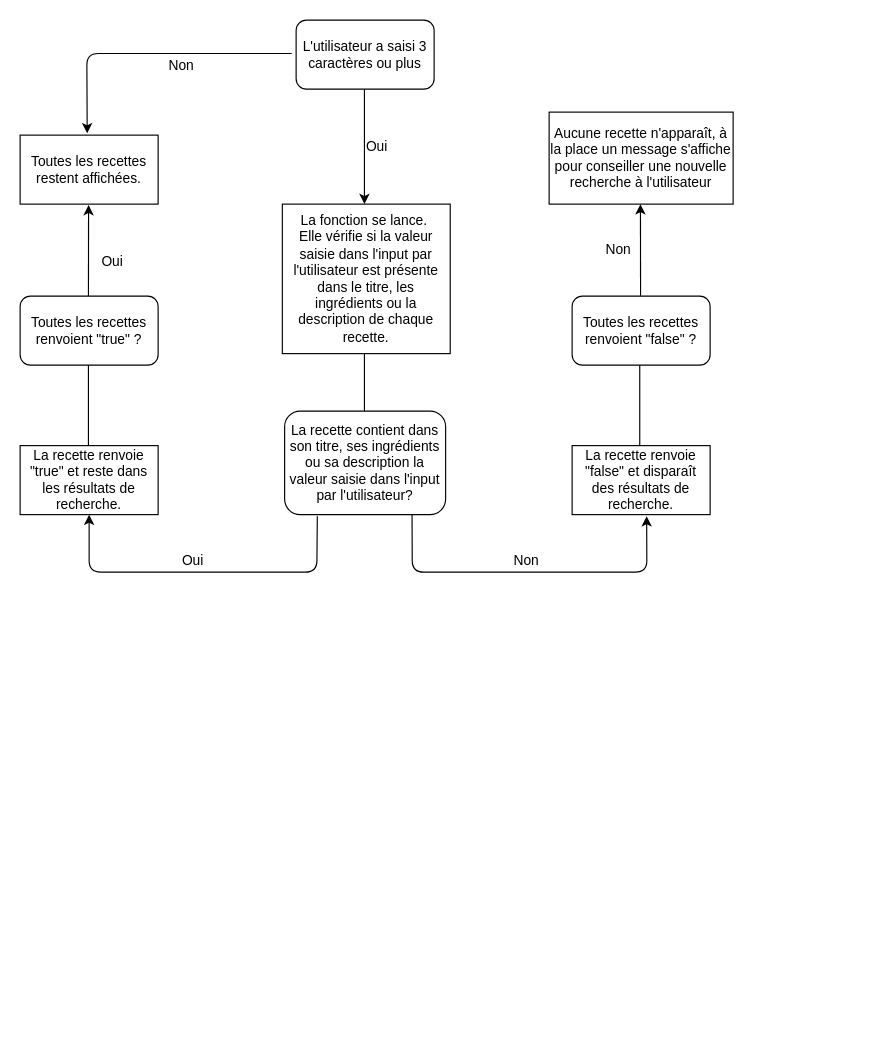
The draw.io diagram Algorithme2.drawio in Ngc1987/Les-petits-plats, before the edit. Source tidied: cells renumbered, new cells numbered last; positions are measured from the earlier drawing's top-left corner, leaving out a move shared by most shapes. Both pictures are drawn from the tidied source at 115%, with x=0, y=0 at pixel (20, 20).
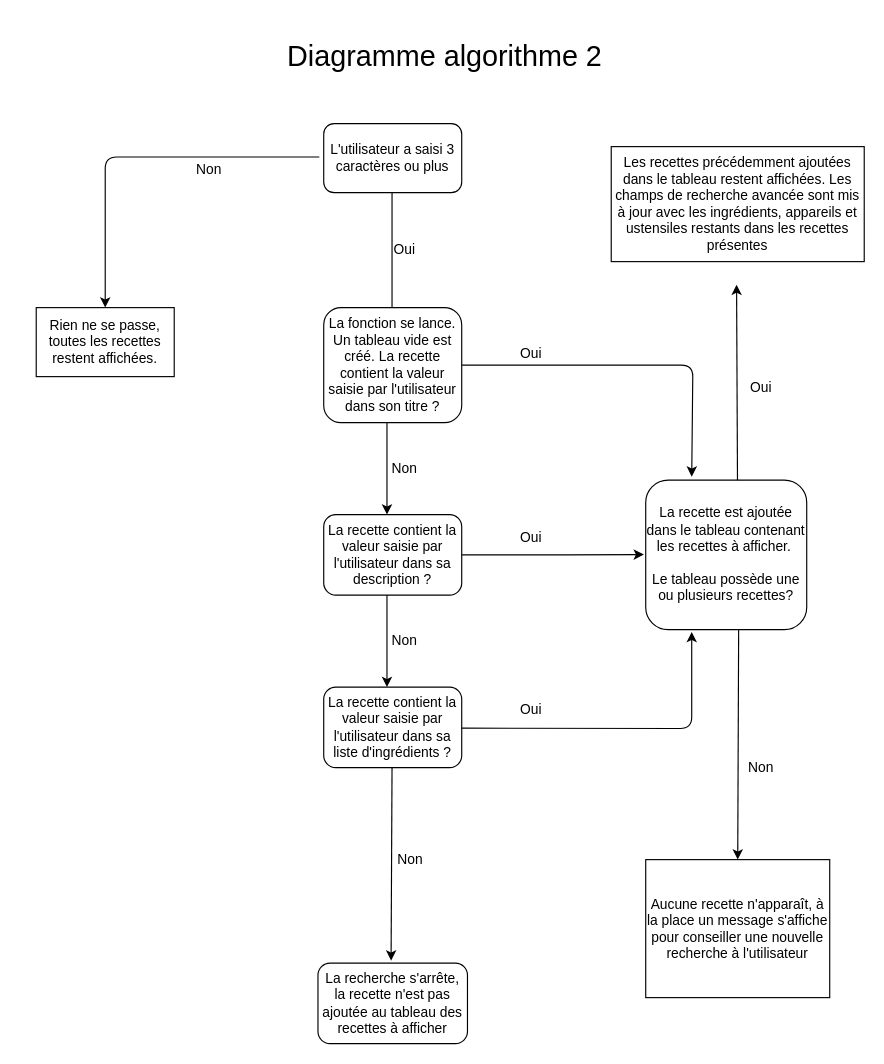
Above is the later version.

Commit message:
Update diagram of algo 2

Diff of the diagram source:
```diff
@@
     <mxCell id="2" value="L'utilisateur a saisi 3 caractères ou plus" style="rounded=1;whiteSpace=wrap;html=1;" parent="1" vertex="1">
-      <mxGeometry x="240" width="120" height="60" as="geometry" />
+      <mxGeometry x="264" y="90" width="120" height="60" as="geometry" />
     </mxCell>
     <mxCell id="3" value="Aucune recette n'apparaît, à la place un message s'affiche pour conseiller une nouvelle recherche à l'utilisateur" style="rounded=0;whiteSpace=wrap;html=1;" parent="1" vertex="1">
-      <mxGeometry x="460" y="80" width="160" height="80" as="geometry" />
+      <mxGeometry x="544" y="730" width="160" height="120" as="geometry" />
     </mxCell>
-    <mxCell id="4" value="Oui" style="text;html=1;align=center;verticalAlign=middle;strokeColor=none;" parent="1" vertex="1">
-      <mxGeometry x="295" y="100" width="30" height="20" as="geometry" />
-    </mxCell>
-    <mxCell id="5" style="endArrow=classic;html=1;entryX=0.54;entryY=1.023;entryDx=0;entryDy=0;entryPerimeter=0;" parent="1" edge="1" target="12">
-      <mxGeometry relative="1" as="geometry">
-        <mxPoint x="340.8" y="430" as="sourcePoint" />
-        <Array as="points">
-          <mxPoint x="341" y="480" />
-          <mxPoint x="545" y="480" />
-        </Array>
-      </mxGeometry>
-    </mxCell>
-    <mxCell id="6" style="endArrow=classic;html=1;exitX=-0.032;exitY=0.483;exitDx=0;exitDy=0;exitPerimeter=0;entryX=0.486;entryY=-0.026;entryDx=0;entryDy=0;entryPerimeter=0;" parent="1" edge="1" source="2" target="8">
-      <mxGeometry relative="1" as="geometry">
-        <Array as="points">
-          <mxPoint x="58" y="29" />
-        </Array>
-      </mxGeometry>
-    </mxCell>
-    <mxCell id="7" value="Non" style="text;html=1;align=center;verticalAlign=middle;strokeColor=none;" parent="1" vertex="1">
-      <mxGeometry x="120" y="30" width="40" height="20" as="geometry" />
-    </mxCell>
-    <mxCell id="8" value="&lt;span&gt;Toutes les recettes restent affichées.&lt;/span&gt;" style="rounded=0;whiteSpace=wrap;html=1;" parent="1" vertex="1">
-      <mxGeometry y="100" width="120" height="60" as="geometry" />
-    </mxCell>
-    <mxCell id="9" value="La recette contient dans son titre, ses ingrédients ou sa description la valeur saisie dans l'input par l'utilisateur?" style="rounded=1;whiteSpace=wrap;html=1;" parent="1" vertex="1">
-      <mxGeometry x="230" y="340" width="140" height="90" as="geometry" />
-    </mxCell>
-    <mxCell id="10" style="endArrow=none;html=1;" parent="1" edge="1">
-      <mxGeometry relative="1" as="geometry">
-        <mxPoint x="299.4" y="340" as="sourcePoint" />
-        <mxPoint x="299.4" y="290" as="targetPoint" />
-      </mxGeometry>
-    </mxCell>
-    <mxCell id="11" value="La recette renvoie &quot;true&quot; et reste dans les résultats de recherche." style="rounded=0;whiteSpace=wrap;html=1;" parent="1" vertex="1">
-      <mxGeometry y="370" width="120" height="60" as="geometry" />
-    </mxCell>
-    <mxCell id="12" value="La recette renvoie &quot;false&quot; et disparaît des résultats de recherche." style="rounded=0;whiteSpace=wrap;html=1;" parent="1" vertex="1">
-      <mxGeometry x="480" y="370" width="120" height="60" as="geometry" />
-    </mxCell>
-    <mxCell id="13" value="&lt;span&gt;La fonction se lance.&amp;nbsp;&lt;/span&gt;&lt;br&gt;&lt;span&gt;Elle vérifie si la valeur saisie dans l'input par l'utilisateur est présente dans le titre, les ingrédients ou la description de chaque recette.&lt;/span&gt;" style="rounded=0;whiteSpace=wrap;html=1;" parent="1" vertex="1">
-      <mxGeometry x="228" y="160" width="146" height="130" as="geometry" />
-    </mxCell>
-    <mxCell id="14" value="Toutes les recettes renvoient &quot;true&quot; ?" style="rounded=1;whiteSpace=wrap;html=1;" parent="1" vertex="1">
-      <mxGeometry y="240" width="120" height="60" as="geometry" />
-    </mxCell>
-    <mxCell id="15" value="Toutes les recettes renvoient &quot;false&quot; ?" style="rounded=1;whiteSpace=wrap;html=1;" parent="1" vertex="1">
-      <mxGeometry x="480" y="240" width="120" height="60" as="geometry" />
-    </mxCell>
-    <mxCell id="16" style="endArrow=classic;html=1;exitX=0.203;exitY=1.015;exitDx=0;exitDy=0;exitPerimeter=0;" parent="1" edge="1" source="9">
-      <mxGeometry relative="1" as="geometry">
-        <mxPoint x="60" y="430" as="targetPoint" />
-        <Array as="points">
-          <mxPoint x="258" y="480" />
-          <mxPoint x="60" y="480" />
-        </Array>
-      </mxGeometry>
-    </mxCell>
-    <mxCell id="17" style="endArrow=classic;html=1;entryX=0.496;entryY=1.013;entryDx=0;entryDy=0;entryPerimeter=0;" parent="1" edge="1" target="8">
-      <mxGeometry relative="1" as="geometry">
-        <mxPoint x="59.4" y="240" as="sourcePoint" />
-      </mxGeometry>
-    </mxCell>
-    <mxCell id="18" style="endArrow=classic;html=1;exitX=0.496;exitY=-0.007;exitDx=0;exitDy=0;exitPerimeter=0;" parent="1" edge="1" source="15">
-      <mxGeometry relative="1" as="geometry">
-        <mxPoint x="539.4" y="160" as="targetPoint" />
-      </mxGeometry>
-    </mxCell>
-    <mxCell id="19" value="Non" style="text;html=1;align=center;verticalAlign=middle;strokeColor=none;" parent="1" vertex="1">
-      <mxGeometry x="420" y="460" width="40" height="20" as="geometry" />
-    </mxCell>
-    <mxCell id="20" value="Oui" style="text;html=1;align=center;verticalAlign=middle;strokeColor=none;" parent="1" vertex="1">
-      <mxGeometry x="135" y="460" width="30" height="20" as="geometry" />
-    </mxCell>
-    <mxCell id="21" value="Non" style="text;html=1;align=center;verticalAlign=middle;strokeColor=none;" parent="1" vertex="1">
-      <mxGeometry x="500" y="190" width="40" height="20" as="geometry" />
-    </mxCell>
-    <mxCell id="22" style="endArrow=none;html=1;" parent="1" edge="1">
-      <mxGeometry relative="1" as="geometry">
-        <mxPoint x="538.8" y="370" as="sourcePoint" />
-        <mxPoint x="538.8" y="300" as="targetPoint" />
-      </mxGeometry>
-    </mxCell>
-    <mxCell id="23" style="endArrow=none;html=1;" parent="1" edge="1">
-      <mxGeometry relative="1" as="geometry">
-        <mxPoint x="59.4" y="370" as="sourcePoint" />
-        <mxPoint x="59.4" y="300" as="targetPoint" />
-      </mxGeometry>
-    </mxCell>
-    <mxCell id="24" value="Oui" style="text;html=1;align=center;verticalAlign=middle;strokeColor=none;" parent="1" vertex="1">
-      <mxGeometry x="65" y="200" width="30" height="20" as="geometry" />
-    </mxCell>
-    <mxCell id="25" style="endArrow=classic;html=1;" parent="1" edge="1">
-      <mxGeometry relative="1" as="geometry">
-        <mxPoint x="299.4" y="60" as="sourcePoint" />
-        <mxPoint x="299.4" y="160" as="targetPoint" />
-      </mxGeometry>
-    </mxCell>
+    <mxCell id="26" style="endArrow=none;html=1;" parent="1" edge="1">
+      <mxGeometry relative="1" as="geometry">
+        <mxPoint x="323.4" y="250" as="sourcePoint" />
+        <mxPoint x="323.4" y="150" as="targetPoint" />
+      </mxGeometry>
+    </mxCell>
+    <mxCell id="27" value="La fonction se lance. Un tableau vide est créé. La recette contient la valeur saisie par l'utilisateur dans son titre ?" style="rounded=1;whiteSpace=wrap;html=1;" parent="1" vertex="1">
+      <mxGeometry x="264" y="250" width="120" height="100" as="geometry" />
+    </mxCell>
+    <mxCell id="28" value="La recette est ajoutée dans le tableau contenant les recettes à afficher.&amp;nbsp;&lt;br&gt;&lt;br&gt;Le tableau possède une ou plusieurs recettes?" style="rounded=1;whiteSpace=wrap;html=1;" parent="1" vertex="1">
+      <mxGeometry x="544" y="400" width="140" height="130" as="geometry" />
+    </mxCell>
+    <mxCell id="29" value="La recette contient la valeur saisie par l'utilisateur dans sa description ?" style="rounded=1;whiteSpace=wrap;html=1;" parent="1" vertex="1">
+      <mxGeometry x="264" y="430" width="120" height="70" as="geometry" />
+    </mxCell>
+    <mxCell id="30" value="La recette contient la valeur saisie par l'utilisateur dans sa liste d'ingrédients ?" style="rounded=1;whiteSpace=wrap;html=1;" parent="1" vertex="1">
+      <mxGeometry x="264" y="580" width="120" height="70" as="geometry" />
+    </mxCell>
+    <mxCell id="31" style="endArrow=classic;html=1;" parent="1" edge="1">
+      <mxGeometry relative="1" as="geometry">
+        <mxPoint x="319" y="350" as="sourcePoint" />
+        <mxPoint x="319" y="430" as="targetPoint" />
+      </mxGeometry>
+    </mxCell>
+    <mxCell id="32" style="endArrow=classic;html=1;" parent="1" edge="1">
+      <mxGeometry relative="1" as="geometry">
+        <mxPoint x="319" y="500" as="sourcePoint" />
+        <mxPoint x="319" y="580" as="targetPoint" />
+      </mxGeometry>
+    </mxCell>
+    <mxCell id="33" value="Non" style="text;html=1;align=center;verticalAlign=middle;strokeColor=none;" parent="1" vertex="1">
+      <mxGeometry x="314" y="380" width="40" height="20" as="geometry" />
+    </mxCell>
+    <mxCell id="34" value="Non" style="text;html=1;align=center;verticalAlign=middle;strokeColor=none;" parent="1" vertex="1">
+      <mxGeometry x="314" y="530" width="40" height="20" as="geometry" />
+    </mxCell>
+    <mxCell id="35" value="Oui" style="text;html=1;align=center;verticalAlign=middle;strokeColor=none;" parent="1" vertex="1">
+      <mxGeometry x="319" y="190" width="30" height="20" as="geometry" />
+    </mxCell>
+    <mxCell id="36" value="La recherche s'arrête, la recette n'est pas ajoutée au tableau des recettes à afficher" style="rounded=1;whiteSpace=wrap;html=1;" parent="1" vertex="1">
+      <mxGeometry x="259" y="820" width="130" height="70" as="geometry" />
+    </mxCell>
+    <mxCell id="37" style="endArrow=classic;html=1;entryX=0.489;entryY=-0.031;entryDx=0;entryDy=0;entryPerimeter=0;" parent="1" edge="1" target="36">
+      <mxGeometry relative="1" as="geometry">
+        <mxPoint x="323.4" y="650" as="sourcePoint" />
+      </mxGeometry>
+    </mxCell>
+    <mxCell id="38" style="endArrow=classic;html=1;" parent="1" edge="1">
+      <mxGeometry relative="1" as="geometry">
+        <mxPoint x="384" y="300" as="sourcePoint" />
+        <mxPoint x="584" y="397" as="targetPoint" />
+        <Array as="points">
+          <mxPoint x="585" y="300" />
+        </Array>
+      </mxGeometry>
+    </mxCell>
+    <mxCell id="39" style="endArrow=classic;html=1;entryX=-0.011;entryY=0.498;entryDx=0;entryDy=0;entryPerimeter=0;" parent="1" edge="1" target="28">
+      <mxGeometry relative="1" as="geometry">
+        <mxPoint x="384" y="465" as="sourcePoint" />
+        <Array as="points">
+          <mxPoint x="464" y="465" />
+        </Array>
+      </mxGeometry>
+    </mxCell>
+    <mxCell id="40" style="endArrow=classic;html=1;" parent="1" edge="1">
+      <mxGeometry relative="1" as="geometry">
+        <mxPoint x="384" y="615.7" as="sourcePoint" />
+        <mxPoint x="584" y="532" as="targetPoint" />
+        <Array as="points">
+          <mxPoint x="584" y="616" />
+        </Array>
+      </mxGeometry>
+    </mxCell>
+    <mxCell id="41" style="endArrow=classic;html=1;" parent="1" edge="1">
+      <mxGeometry relative="1" as="geometry">
+        <mxPoint x="624.8" y="530" as="sourcePoint" />
+        <mxPoint x="624" y="730" as="targetPoint" />
+      </mxGeometry>
+    </mxCell>
+    <mxCell id="42" value="Non" style="text;html=1;align=center;verticalAlign=middle;strokeColor=none;" parent="1" vertex="1">
+      <mxGeometry x="624" y="640" width="40" height="20" as="geometry" />
+    </mxCell>
+    <mxCell id="43" style="endArrow=classic;html=1;" parent="1" edge="1">
+      <mxGeometry relative="1" as="geometry">
+        <mxPoint x="623.8" y="400" as="sourcePoint" />
+        <mxPoint x="623" y="230" as="targetPoint" />
+      </mxGeometry>
+    </mxCell>
+    <mxCell id="44" value="Non" style="text;html=1;align=center;verticalAlign=middle;strokeColor=none;" parent="1" vertex="1">
+      <mxGeometry x="319" y="720" width="40" height="20" as="geometry" />
+    </mxCell>
+    <mxCell id="45" style="endArrow=classic;html=1;exitX=-0.032;exitY=0.483;exitDx=0;exitDy=0;exitPerimeter=0;entryX=0.5;entryY=0;entryDx=0;entryDy=0;entryPerimeter=0;" parent="1" edge="1" source="2">
+      <mxGeometry relative="1" as="geometry">
+        <mxPoint x="74" y="250" as="targetPoint" />
+        <Array as="points">
+          <mxPoint x="74" y="119" />
+        </Array>
+      </mxGeometry>
+    </mxCell>
+    <mxCell id="46" value="Non" style="text;html=1;align=center;verticalAlign=middle;strokeColor=none;" parent="1" vertex="1">
+      <mxGeometry x="144" y="120" width="40" height="20" as="geometry" />
+    </mxCell>
+    <mxCell id="47" value="Oui" style="text;html=1;align=center;verticalAlign=middle;strokeColor=none;" parent="1" vertex="1">
+      <mxGeometry x="429" y="280" width="30" height="20" as="geometry" />
+    </mxCell>
+    <mxCell id="48" value="Oui" style="text;html=1;align=center;verticalAlign=middle;strokeColor=none;" parent="1" vertex="1">
+      <mxGeometry x="429" y="440" width="30" height="20" as="geometry" />
+    </mxCell>
+    <mxCell id="49" value="Oui" style="text;html=1;align=center;verticalAlign=middle;strokeColor=none;" parent="1" vertex="1">
+      <mxGeometry x="429" y="590" width="30" height="20" as="geometry" />
+    </mxCell>
+    <mxCell id="50" value="&lt;span&gt;Rien ne se passe, toutes les recettes restent affichées.&lt;/span&gt;" style="rounded=0;whiteSpace=wrap;html=1;" parent="1" vertex="1">
+      <mxGeometry x="14" y="250" width="120" height="60" as="geometry" />
+    </mxCell>
+    <mxCell id="51" value="Les recettes précédemment ajoutées dans le tableau restent affichées. Les champs de recherche avancée sont mis à jour avec les ingrédients, appareils et ustensiles restants dans les recettes présentes" style="rounded=0;whiteSpace=wrap;html=1;" parent="1" vertex="1">
+      <mxGeometry x="514" y="110" width="220" height="100" as="geometry" />
+    </mxCell>
+    <mxCell id="52" value="Oui" style="text;html=1;align=center;verticalAlign=middle;strokeColor=none;" parent="1" vertex="1">
+      <mxGeometry x="629" y="310" width="30" height="20" as="geometry" />
+    </mxCell>
+    <mxCell id="53" value="&lt;span style=&quot;font-size: 25px&quot;&gt;Diagramme algorithme 2&lt;br&gt;&lt;/span&gt;" style="text;html=1;align=center;verticalAlign=middle;strokeColor=none;" parent="1" vertex="1">
+      <mxGeometry x="224" y="20" width="290" height="20" as="geometry" />
+    </mxCell>
```
